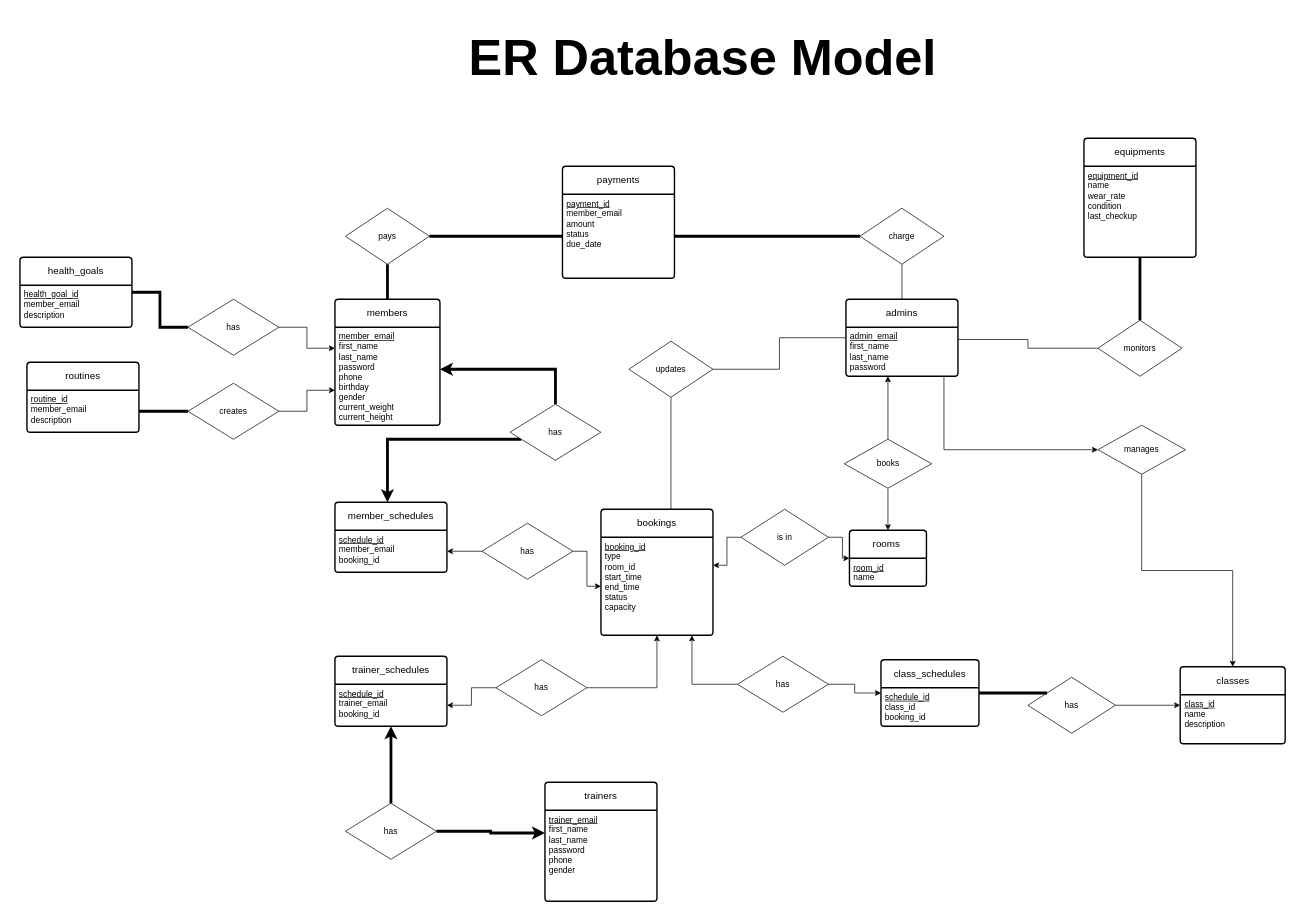
This is page "uml" (1 of 2) of docs/database/ER_MODEL.drawio from HamzaAlsarakbi/comp3005-project, a draw.io file, before an edit. Source tidied: cells renumbered, new cells numbered last; positions are measured from the earlier drawing's top-left corner, leaving out a move shared by most shapes. Both pictures are drawn from the tidied source at 70%, with x=0, y=0 at pixel (20, 12).
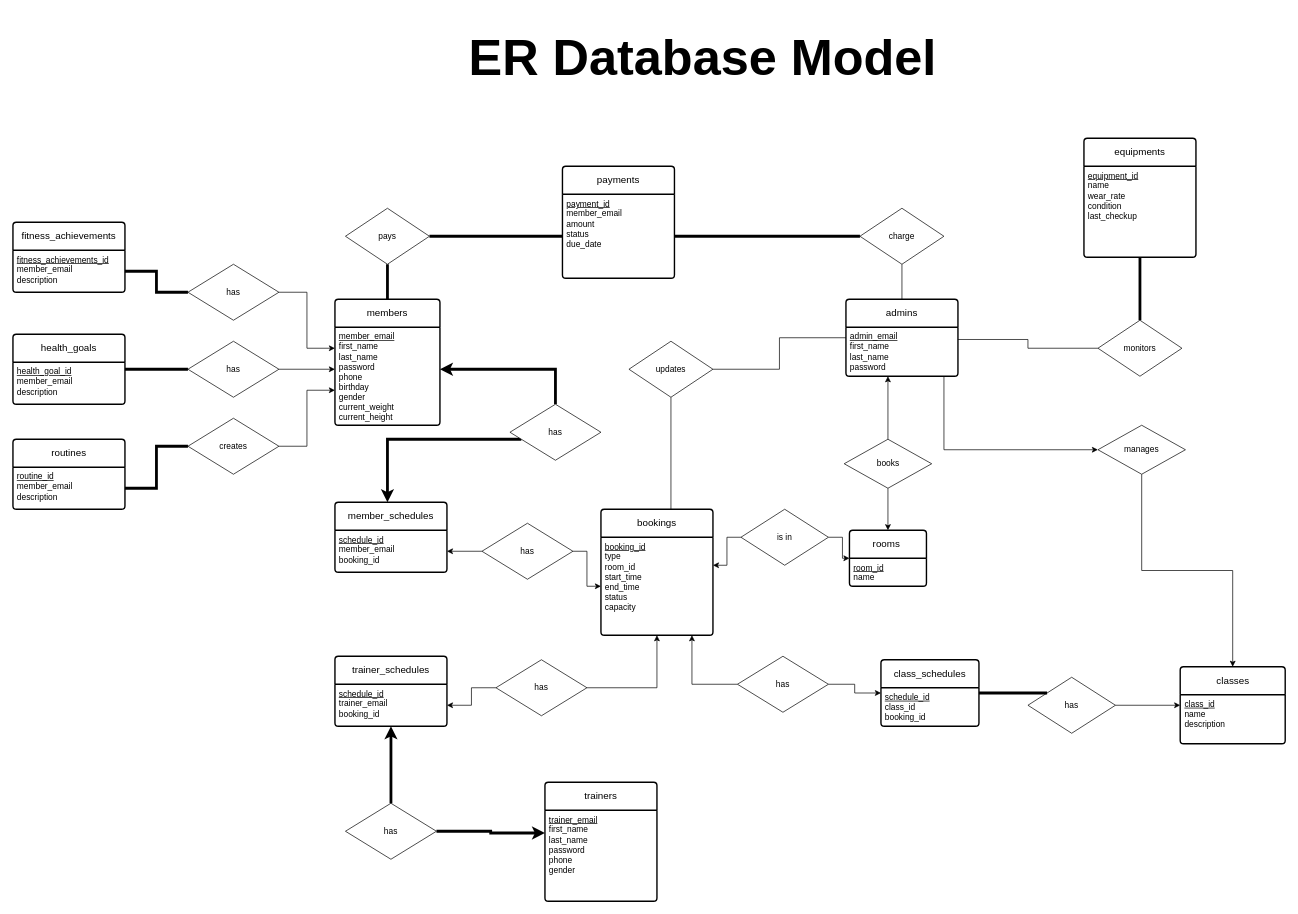
Above is the later version.

The change refers to these unchanged cells:
```xml
<mxCell id="4" value="&lt;u&gt;member_email&lt;/u&gt;&lt;br&gt;&lt;div&gt;&lt;div&gt;&lt;div&gt;&lt;div&gt;&lt;/div&gt;&lt;/div&gt;&lt;/div&gt;&lt;div&gt;first_name&lt;/div&gt;&lt;div&gt;last_name&lt;/div&gt;&lt;div&gt;&lt;div&gt;password&lt;br&gt;&lt;div&gt;&lt;div&gt;&lt;span style=&quot;background-color: initial;&quot;&gt;phone&lt;/span&gt;&lt;br&gt;&lt;/div&gt;&lt;div&gt;birthday&lt;/div&gt;&lt;div&gt;gender&lt;/div&gt;&lt;div&gt;current_weight&lt;/div&gt;&lt;div&gt;current_height&lt;/div&gt;&lt;div&gt;&lt;br&gt;&lt;/div&gt;&lt;div&gt;&lt;br&gt;&lt;/div&gt;&lt;/div&gt;&lt;/div&gt;&lt;/div&gt;&lt;div&gt;&lt;br&gt;&lt;/div&gt;&lt;div&gt;&lt;br&gt;&lt;/div&gt;&lt;div&gt;&lt;br&gt;&lt;/div&gt;&lt;/div&gt;" style="align=left;strokeColor=none;fillColor=none;spacingLeft=4;fontSize=12;verticalAlign=top;html=1;" parent="3" vertex="1">
  <mxGeometry y="40" width="150" height="120" as="geometry" />
</mxCell>
<mxCell id="54" value="&lt;div&gt;&lt;u&gt;routine_id&lt;/u&gt;&lt;/div&gt;&lt;div&gt;member_email&lt;span style=&quot;background-color: initial;&quot;&gt;&lt;br&gt;&lt;/span&gt;&lt;/div&gt;&lt;div&gt;&lt;span style=&quot;background-color: initial;&quot;&gt;description&lt;/span&gt;&lt;br&gt;&lt;/div&gt;" style="align=left;strokeColor=none;fillColor=none;spacingLeft=4;fontSize=12;verticalAlign=top;html=1;" parent="53" vertex="1">
  <mxGeometry y="40" width="160" height="60" as="geometry" />
</mxCell>
```

Diff of the diagram source:
```diff
@@
     <mxCell id="11" value="health_goals" style="swimlane;horizontal=1;startSize=40;rounded=1;fontSize=14;fontStyle=0;strokeWidth=2;shadow=0;dashed=0;align=center;arcSize=4;whiteSpace=wrap;html=1;" parent="1" vertex="1">
-      <mxGeometry y="350" width="160" height="100" as="geometry" />
+      <mxGeometry x="-10" y="460" width="160" height="100" as="geometry" />
     </mxCell>
@@
-    <mxCell id="50" style="edgeStyle=orthogonalEdgeStyle;rounded=0;jettySize=auto;html=1;entryX=0;entryY=0.25;entryDx=0;entryDy=0;strokeWidth=1;endArrow=classic;endFill=1;" parent="1" edge="1" source="52" target="4">
+    <mxCell id="50" style="edgeStyle=orthogonalEdgeStyle;rounded=0;jettySize=auto;html=1;entryX=0;entryY=0.5;entryDx=0;entryDy=0;strokeWidth=1;endArrow=classic;endFill=1;" parent="1" edge="1" source="52" target="4">
       <mxGeometry relative="1" as="geometry" />
     </mxCell>
@@
     <mxCell id="52" value="has" style="rhombus;whiteSpace=wrap;html=1;" parent="1" vertex="1">
-      <mxGeometry x="240" y="410" width="130" height="80" as="geometry" />
+      <mxGeometry x="240" y="470" width="130" height="80" as="geometry" />
     </mxCell>
     <mxCell id="53" value="routines" style="swimlane;horizontal=1;startSize=40;rounded=1;fontSize=14;fontStyle=0;strokeWidth=2;shadow=0;dashed=0;align=center;arcSize=4;whiteSpace=wrap;html=1;" parent="1" vertex="1">
-      <mxGeometry x="10" y="500" width="160" height="100" as="geometry" />
+      <mxGeometry x="-10" y="610" width="160" height="100" as="geometry" />
     </mxCell>
@@
+    <mxCell id="57" style="edgeStyle=orthogonalEdgeStyle;rounded=0;jettySize=auto;html=1;exitX=0;exitY=0.5;exitDx=0;exitDy=0;entryX=1;entryY=0.5;entryDx=0;entryDy=0;strokeWidth=4;endArrow=none;endFill=0;" parent="1" edge="1" source="58" target="54">
+      <mxGeometry relative="1" as="geometry" />
+    </mxCell>
-    <mxCell id="56" style="edgeStyle=orthogonalEdgeStyle;rounded=0;jettySize=auto;html=1;entryX=0;entryY=0.75;entryDx=0;entryDy=0;strokeWidth=1;endArrow=classic;endFill=1;" parent="1" edge="1" source="58" target="4">
+    <mxCell id="56" style="edgeStyle=orthogonalEdgeStyle;rounded=0;jettySize=auto;html=1;exitX=1;exitY=0.5;exitDx=0;exitDy=0;entryX=0;entryY=0.75;entryDx=0;entryDy=0;" parent="1" edge="1" source="58" target="4">
       <mxGeometry relative="1" as="geometry" />
     </mxCell>
-    <mxCell id="57" style="edgeStyle=orthogonalEdgeStyle;rounded=0;jettySize=auto;html=1;exitX=0;exitY=0.5;exitDx=0;exitDy=0;entryX=1;entryY=0.5;entryDx=0;entryDy=0;strokeWidth=4;endArrow=none;endFill=0;" parent="1" edge="1" source="58" target="54">
-      <mxGeometry relative="1" as="geometry" />
-    </mxCell>
     <mxCell id="58" value="creates" style="rhombus;whiteSpace=wrap;html=1;" parent="1" vertex="1">
-      <mxGeometry x="240" y="530" width="130" height="80" as="geometry" />
+      <mxGeometry x="240" y="580" width="130" height="80" as="geometry" />
     </mxCell>
@@
+    <mxCell id="83" value="fitness_achievements" style="swimlane;horizontal=1;startSize=40;rounded=1;fontSize=14;fontStyle=0;strokeWidth=2;shadow=0;dashed=0;align=center;arcSize=4;whiteSpace=wrap;html=1;" parent="1" vertex="1">
+      <mxGeometry x="-10" y="300" width="160" height="100" as="geometry" />
+    </mxCell>
+    <mxCell id="84" value="&lt;div&gt;&lt;u&gt;fitness_achievements_id&lt;/u&gt;&lt;/div&gt;&lt;div&gt;member_email&lt;/div&gt;&lt;div&gt;&lt;span style=&quot;background-color: initial;&quot;&gt;description&lt;/span&gt;&lt;/div&gt;&lt;div&gt;&lt;br&gt;&lt;/div&gt;" style="align=left;strokeColor=none;fillColor=none;spacingLeft=4;fontSize=12;verticalAlign=top;html=1;" parent="83" vertex="1">
+      <mxGeometry y="40" width="160" height="60" as="geometry" />
+    </mxCell>
+    <mxCell id="85" style="edgeStyle=orthogonalEdgeStyle;rounded=0;orthogonalLoop=1;jettySize=auto;html=1;exitX=0.5;exitY=1;exitDx=0;exitDy=0;" parent="83" edge="1" source="84" target="84">
+      <mxGeometry relative="1" as="geometry" />
+    </mxCell>
+    <mxCell id="86" style="edgeStyle=orthogonalEdgeStyle;rounded=0;jettySize=auto;html=1;exitX=1;exitY=0.5;exitDx=0;exitDy=0;entryX=0;entryY=0.25;entryDx=0;entryDy=0;" parent="1" edge="1" source="87" target="4">
+      <mxGeometry relative="1" as="geometry" />
+    </mxCell>
+    <mxCell id="87" value="has" style="rhombus;whiteSpace=wrap;html=1;" parent="1" vertex="1">
+      <mxGeometry x="240" y="360" width="130" height="80" as="geometry" />
+    </mxCell>
+    <mxCell id="88" style="edgeStyle=orthogonalEdgeStyle;rounded=0;jettySize=auto;html=1;exitX=1;exitY=0.5;exitDx=0;exitDy=0;entryX=0;entryY=0.5;entryDx=0;entryDy=0;endArrow=none;endFill=0;strokeWidth=4;" parent="1" edge="1" source="84" target="87">
+      <mxGeometry relative="1" as="geometry" />
+    </mxCell>
```
